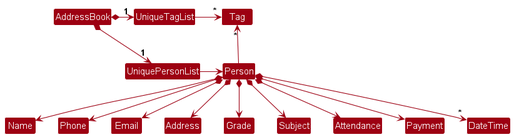
The PlantUML diagram docs/images/BetterModelClassDiagram.png in zoebelle-pang/tp, before a commit.
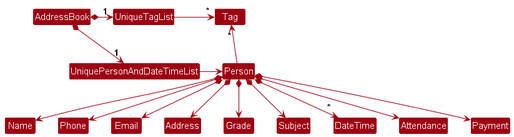
Above is the later version.

The edit, as a diff of the source:
```diff
@@ -4,13 +4,13 @@
 skinparam arrowColor MODEL_COLOR
 skinparam classBackgroundColor MODEL_COLOR
 
-AddressBook *-right-> "1" UniquePersonList
+AddressBook *-right-> "1" UniquePersonAndDateTimeList
 AddressBook *-right-> "1" UniqueTagList
-UniqueTagList -[hidden]down- UniquePersonList
-UniqueTagList -[hidden]down- UniquePersonList
+UniqueTagList -[hidden]down- UniquePersonAndDateTimeList
+UniqueTagList -[hidden]down- UniquePersonAndDateTimeList
 
 UniqueTagList -right-> "*" Tag
-UniquePersonList -right-> Person
+UniquePersonAndDateTimeList -right-> Person
 
 Person -up-> "*" Tag
 
@@ -20,7 +20,7 @@
 Person *--> Address
 Person *--> Grade
 Person *--> Subject
+Person *--> "*" DateTime
 Person *--> Attendance
 Person *--> Payment
-Person *--> "*" DateTime
 @enduml
```
